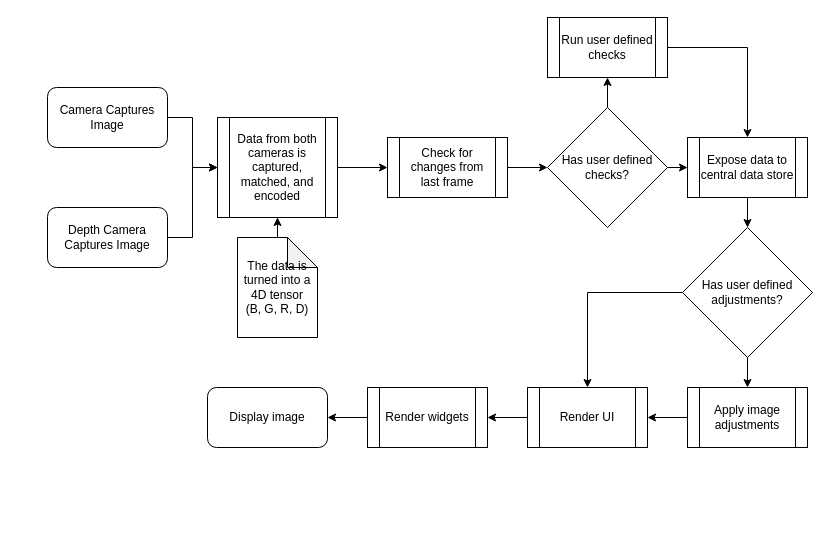
Before: CyberGlass.drawio in ABloode/CyberGlasses, a draw.io diagram. Source tidied: cells renumbered, new cells numbered last; positions are measured from the earlier drawing's top-left corner, leaving out a move shared by most shapes. Both pictures are drawn from the tidied source at 100%, with x=0, y=0 at pixel (47, 17).
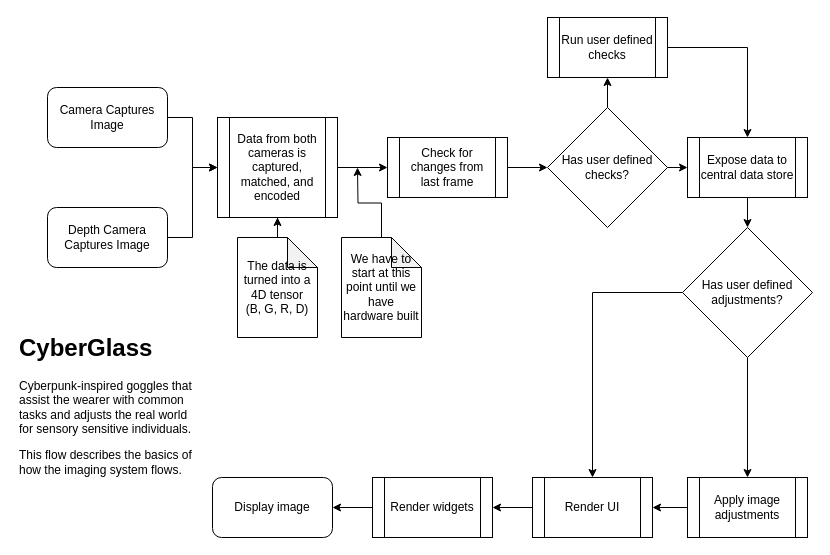
The same diagram, later.

The edit, as a diff of the source:
```diff
@@
     <mxCell id="23" value="Apply image adjustments" style="shape=process;whiteSpace=wrap;html=1;backgroundOutline=1;" parent="1" vertex="1">
-      <mxGeometry x="640" y="370" width="120" height="60" as="geometry" />
+      <mxGeometry x="640" y="460" width="120" height="60" as="geometry" />
     </mxCell>
@@
     <mxCell id="25" value="Render UI" style="shape=process;whiteSpace=wrap;html=1;backgroundOutline=1;" parent="1" vertex="1">
-      <mxGeometry x="480" y="370" width="120" height="60" as="geometry" />
+      <mxGeometry x="485" y="460" width="120" height="60" as="geometry" />
     </mxCell>
@@
     <mxCell id="27" value="Render widgets" style="shape=process;whiteSpace=wrap;html=1;backgroundOutline=1;" parent="1" vertex="1">
-      <mxGeometry x="320" y="370" width="120" height="60" as="geometry" />
+      <mxGeometry x="325" y="460" width="120" height="60" as="geometry" />
     </mxCell>
     <mxCell id="28" value="Display image" style="rounded=1;whiteSpace=wrap;html=1;" parent="1" vertex="1">
-      <mxGeometry x="160" y="370" width="120" height="60" as="geometry" />
+      <mxGeometry x="165" y="460" width="120" height="60" as="geometry" />
     </mxCell>
+    <mxCell id="29" style="edgeStyle=orthogonalEdgeStyle;rounded=0;jettySize=auto;html=1;exitX=0.5;exitY=0;exitDx=0;exitDy=0;exitPerimeter=0;" parent="1" edge="1" source="30">
+      <mxGeometry relative="1" as="geometry">
+        <mxPoint x="310" y="150" as="targetPoint" />
+      </mxGeometry>
+    </mxCell>
+    <mxCell id="30" value="We have to start at this point until we have hardware built" style="shape=note;whiteSpace=wrap;html=1;backgroundOutline=1;darkOpacity=0.05;" parent="1" vertex="1">
+      <mxGeometry x="294" y="220" width="80" height="100" as="geometry" />
+    </mxCell>
+    <mxCell id="31" value="&lt;h1 style=&quot;margin-top: 0px;&quot;&gt;CyberGlass&lt;/h1&gt;&lt;p&gt;Cyberpunk-inspired goggles that assist the wearer with common tasks and adjusts the real world for sensory sensitive individuals.&lt;/p&gt;&lt;p&gt;This flow describes the basics of how the imaging system flows.&amp;nbsp;&lt;/p&gt;" style="text;html=1;whiteSpace=wrap;overflow=hidden;rounded=0;" parent="1" vertex="1">
+      <mxGeometry x="-30" y="310" width="180" height="150" as="geometry" />
+    </mxCell>
```
